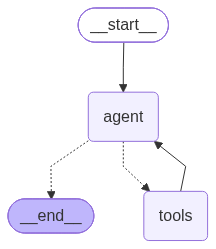
This is docs/graph.png from II777II/qa-ticket-agent, a Mermaid export, as it was before one commit. Its source is kept beside it as docs/graph.mmd. The source it was exported from:
```mermaid
---
config:
  flowchart:
    curve: linear
---
graph TD;
	__start__([<p>__start__</p>]):::first
	agent(agent)
	tools(tools)
	__end__([<p>__end__</p>]):::last
	__start__ --> agent;
	agent -.-> __end__;
	agent -.-> tools;
	tools --> agent;
	classDef default fill:#f2f0ff,line-height:1.2
	classDef first fill-opacity:0
	classDef last fill:#bfb6fc
```
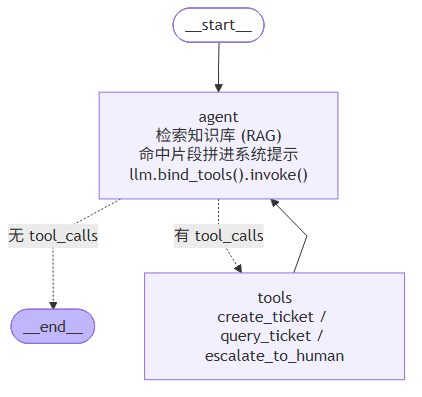
The same diagram one commit later.

Commit message:
结构图：标注 RAG 步骤与工具名，支持离线渲染

Diff of the diagram source:
```diff
@@ -5,12 +5,12 @@
 ---
 graph TD;
 	__start__([<p>__start__</p>]):::first
-	agent(agent)
-	tools(tools)
+	agent["agent<br/>检索知识库 (RAG)<br/>命中片段拼进系统提示<br/>llm.bind_tools().invoke()"]
+	tools["tools<br/>create_ticket / query_ticket / escalate_to_human"]
 	__end__([<p>__end__</p>]):::last
 	__start__ --> agent;
-	agent -.-> __end__;
-	agent -.-> tools;
+	agent -.->|无 tool_calls| __end__;
+	agent -.->|有 tool_calls| tools;
 	tools --> agent;
 	classDef default fill:#f2f0ff,line-height:1.2
 	classDef first fill-opacity:0
```
